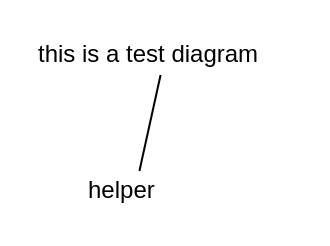
Above: page "Tab 1" (1 of 2) of data/test.drawio in JesseAldridge/drawio-plus (draw.io), before the change. Source tidied: cells renumbered, new cells numbered last; positions are measured from the earlier drawing's top-left corner, leaving out a move shared by most shapes. Both pictures are drawn from the tidied source at 200%, with x=0, y=0 at pixel (34, 34).
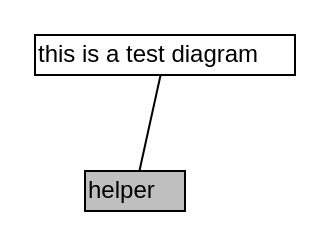
The same page after the edit.

Change to the diagram source:
```diff
@@
 <mxGraphModel>
   <root>
     <mxCell id="0" />
     <mxCell id="1" parent="0" />
-    <mxCell id="2" value="this is a test diagram" style="text;html=1;points=[];align=left;verticalAlign=top;spacingTop=-4;" parent="1" vertex="1">
+    <mxCell id="2" value="this is a test diagram" style="text=;html=1;points=[];align=left;verticalAlign=top;spacingTop=-4;fillColor=#ffffff;" parent="1" vertex="1">
       <mxGeometry width="130" height="20" as="geometry" />
     </mxCell>
-    <mxCell id="3" value="helper" style="text;html=1;points=[];align=left;verticalAlign=top;spacingTop=-4;" parent="1" vertex="1">
+    <mxCell id="3" value="helper" style="text=;html=1;points=[];align=left;verticalAlign=top;spacingTop=-4;fillColor=#bfbfbf;" parent="1" vertex="1">
       <mxGeometry x="25" y="68" width="50" height="20" as="geometry" />
     </mxCell>
-    <mxCell id="4" style="endArrow=none;html=1;" parent="1" edge="1" source="3" target="2">
+    <mxCell id="4" style="endArrow=none;html=1;fillColor=#ff0000;" parent="1" edge="1" source="3" target="2">
       <mxGeometry relative="1" as="geometry" />
     </mxCell>
   </root>
 </mxGraphModel>
```
